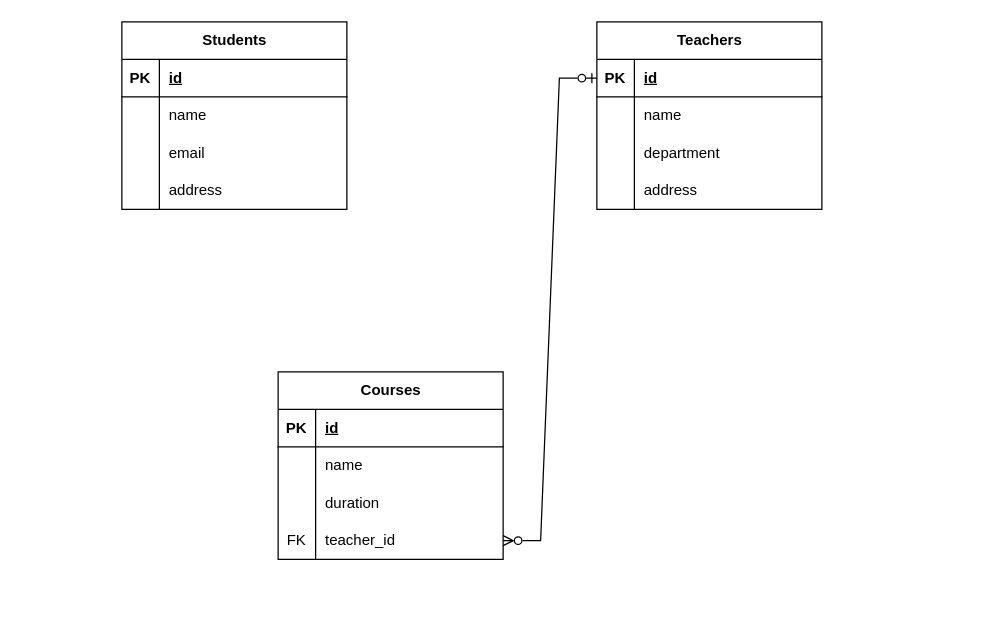
Above: lms.drawio in nurseincode/build-an-api (draw.io), before the change. Source tidied: cells renumbered, new cells numbered last; positions are measured from the earlier drawing's top-left corner, leaving out a move shared by most shapes. Both pictures are drawn from the tidied source at 125%, with x=0, y=0 at pixel (121, 21).
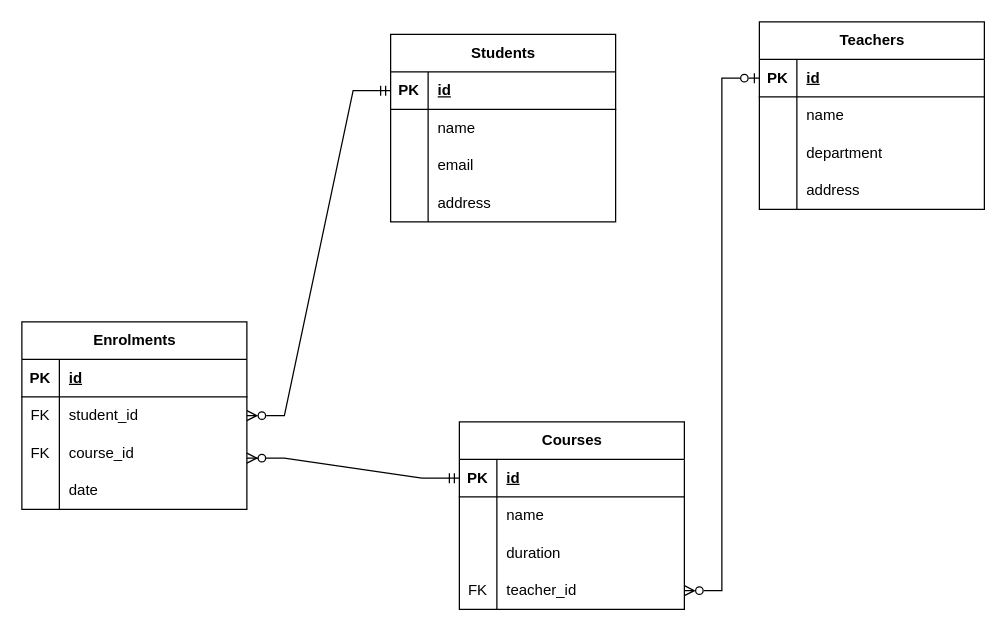
The same page after the edit.

The change refers to these unchanged cells:
```xml
<mxCell id="3" style="shape=tableRow;horizontal=0;startSize=0;swimlaneHead=0;swimlaneBody=0;fillColor=none;points=[[0,0.5],[1,0.5]];portConstraint=eastwest;top=0;left=0;right=0;bottom=1;" parent="2" vertex="1">
  <mxGeometry y="30" width="180" height="30" as="geometry" />
</mxCell>
<mxCell id="29" style="shape=tableRow;horizontal=0;startSize=0;swimlaneHead=0;swimlaneBody=0;fillColor=none;points=[[0,0.5],[1,0.5]];portConstraint=eastwest;top=0;left=0;right=0;bottom=1;" parent="28" vertex="1">
  <mxGeometry y="30" width="180" height="30" as="geometry" />
</mxCell>
```

Diff of the diagram source:
```diff
@@
     <mxCell id="2" value="Students" style="shape=table;startSize=30;childLayout=tableLayout;rowLines=0;fontStyle=1;align=center;html=1;" parent="1" vertex="1">
-      <mxGeometry width="180" height="150" as="geometry" />
+      <mxGeometry x="215" y="10" width="180" height="150" as="geometry" />
     </mxCell>
@@
     <mxCell id="15" value="Teachers" style="shape=table;startSize=30;childLayout=tableLayout;rowLines=0;fontStyle=1;align=center;html=1;" parent="1" vertex="1">
-      <mxGeometry x="380" width="180" height="150" as="geometry" />
+      <mxGeometry x="510" width="180" height="150" as="geometry" />
     </mxCell>
@@
     <mxCell id="28" value="Courses" style="shape=table;startSize=30;childLayout=tableLayout;rowLines=0;fontStyle=1;align=center;html=1;" parent="1" vertex="1">
-      <mxGeometry x="125" y="280" width="180" height="150" as="geometry" />
+      <mxGeometry x="270" y="320" width="180" height="150" as="geometry" />
     </mxCell>
@@
+    <mxCell id="42" value="Enrolments" style="shape=table;startSize=30;childLayout=tableLayout;rowLines=0;fontStyle=1;align=center;html=1;" parent="1" vertex="1">
+      <mxGeometry x="-80" y="240" width="180" height="150" as="geometry" />
+    </mxCell>
+    <mxCell id="43" style="shape=tableRow;horizontal=0;startSize=0;swimlaneHead=0;swimlaneBody=0;fillColor=none;top=0;left=0;right=0;bottom=1;" parent="42" vertex="1">
+      <mxGeometry y="30" width="180" height="30" as="geometry" />
+    </mxCell>
+    <mxCell id="44" value="PK" style="shape=partialRectangle;fillColor=none;top=0;left=0;bottom=0;right=0;fontStyle=1;overflow=hidden;whiteSpace=wrap;html=1;" parent="43" vertex="1">
+      <mxGeometry width="30" height="30" as="geometry" />
+    </mxCell>
+    <mxCell id="45" value="id" style="shape=partialRectangle;fillColor=none;top=0;left=0;bottom=0;right=0;align=left;spacingLeft=6;fontStyle=5;overflow=hidden;whiteSpace=wrap;html=1;" parent="43" vertex="1">
+      <mxGeometry x="30" width="150" height="30" as="geometry" />
+    </mxCell>
+    <mxCell id="46" style="shape=tableRow;horizontal=0;startSize=0;swimlaneHead=0;swimlaneBody=0;fillColor=none;points=[[0,0.5],[1,0.5]];portConstraint=eastwest;top=0;left=0;right=0;bottom=0;" parent="42" vertex="1">
+      <mxGeometry y="60" width="180" height="30" as="geometry" />
+    </mxCell>
+    <mxCell id="47" value="FK" style="shape=partialRectangle;fillColor=none;top=0;left=0;bottom=0;right=0;overflow=hidden;whiteSpace=wrap;html=1;" parent="46" vertex="1">
+      <mxGeometry width="30" height="30" as="geometry" />
+    </mxCell>
+    <mxCell id="48" value="student_id" style="shape=partialRectangle;fillColor=none;top=0;left=0;bottom=0;right=0;align=left;spacingLeft=6;overflow=hidden;whiteSpace=wrap;html=1;" parent="46" vertex="1">
+      <mxGeometry x="30" width="150" height="30" as="geometry" />
+    </mxCell>
+    <mxCell id="49" style="shape=tableRow;horizontal=0;startSize=0;swimlaneHead=0;swimlaneBody=0;fillColor=none;top=0;left=0;right=0;bottom=0;" parent="42" vertex="1">
+      <mxGeometry y="90" width="180" height="30" as="geometry" />
+    </mxCell>
+    <mxCell id="50" value="FK" style="shape=partialRectangle;fillColor=none;top=0;left=0;bottom=0;right=0;overflow=hidden;whiteSpace=wrap;html=1;" parent="49" vertex="1">
+      <mxGeometry width="30" height="30" as="geometry" />
+    </mxCell>
+    <mxCell id="51" value="course_id" style="shape=partialRectangle;fillColor=none;top=0;left=0;bottom=0;right=0;align=left;spacingLeft=6;overflow=hidden;whiteSpace=wrap;html=1;" parent="49" vertex="1">
+      <mxGeometry x="30" width="150" height="30" as="geometry" />
+    </mxCell>
+    <mxCell id="52" style="shape=tableRow;horizontal=0;startSize=0;swimlaneHead=0;swimlaneBody=0;fillColor=none;top=0;left=0;right=0;bottom=0;" parent="42" vertex="1">
+      <mxGeometry y="120" width="180" height="30" as="geometry" />
+    </mxCell>
+    <mxCell id="53" style="shape=partialRectangle;fillColor=none;top=0;left=0;bottom=0;right=0;overflow=hidden;whiteSpace=wrap;html=1;" parent="52" vertex="1">
+      <mxGeometry width="30" height="30" as="geometry" />
+    </mxCell>
+    <mxCell id="54" value="date" style="shape=partialRectangle;fillColor=none;top=0;left=0;bottom=0;right=0;align=left;spacingLeft=6;overflow=hidden;whiteSpace=wrap;html=1;" parent="52" vertex="1">
+      <mxGeometry x="30" width="150" height="30" as="geometry" />
+    </mxCell>
+    <mxCell id="55" style="edgeStyle=entityRelationEdgeStyle;fontSize=12;html=1;endArrow=ERmandOne;startArrow=ERzeroToMany;rounded=0;startFill=0;endFill=0;exitX=1;exitY=0.5;exitDx=0;exitDy=0;entryX=0;entryY=0.5;entryDx=0;entryDy=0;" parent="1" edge="1" source="46" target="3">
+      <mxGeometry relative="1" as="geometry" />
+    </mxCell>
+    <mxCell id="56" style="edgeStyle=entityRelationEdgeStyle;fontSize=12;html=1;endArrow=ERmandOne;startArrow=ERzeroToMany;rounded=0;exitX=1.011;exitY=0.8;exitDx=0;exitDy=0;exitPerimeter=0;entryX=0;entryY=0.5;entryDx=0;entryDy=0;endFill=0;" parent="1" edge="1" target="29">
+      <mxGeometry relative="1" as="geometry">
+        <mxPoint x="100" y="349" as="sourcePoint" />
+      </mxGeometry>
+    </mxCell>
```
